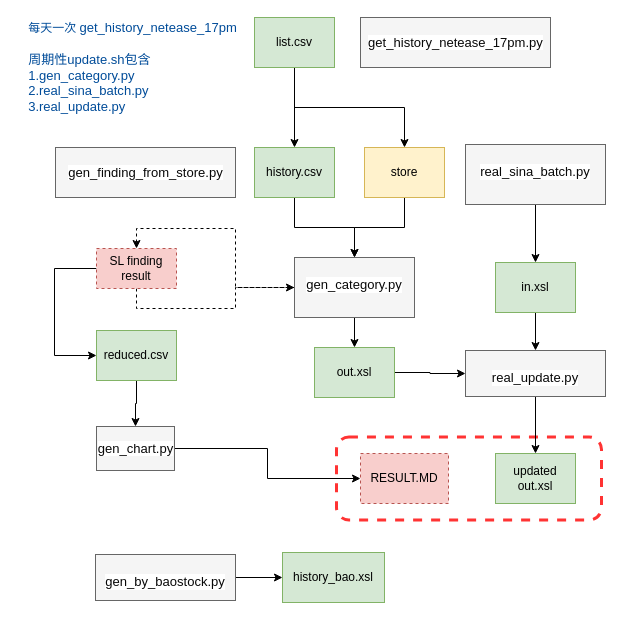
Above: page "架构" (1 of 2) of arch.drawio in zbo/zboDoMess (draw.io), before the change. Source tidied: cells renumbered, new cells numbered last; positions are measured from the earlier drawing's top-left corner, leaving out a move shared by most shapes. Both pictures are drawn from the tidied source at 100%, with x=0, y=0 at pixel (17, 17).
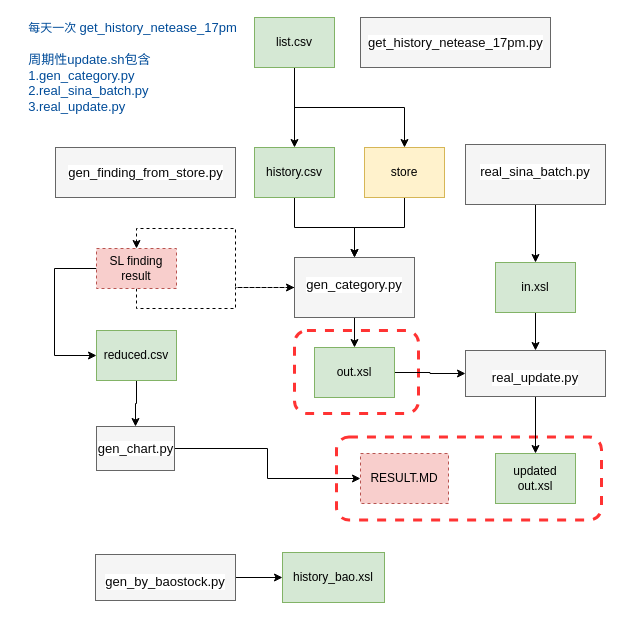
Above is the later version.

Diff of the diagram source:
```diff
@@
+    <mxCell id="38" style="rounded=1;whiteSpace=wrap;html=1;dashed=1;strokeWidth=3;strokeColor=#FF3333;" parent="1" vertex="1">
+      <mxGeometry x="277" y="313" width="124" height="83" as="geometry" />
+    </mxCell>
```
